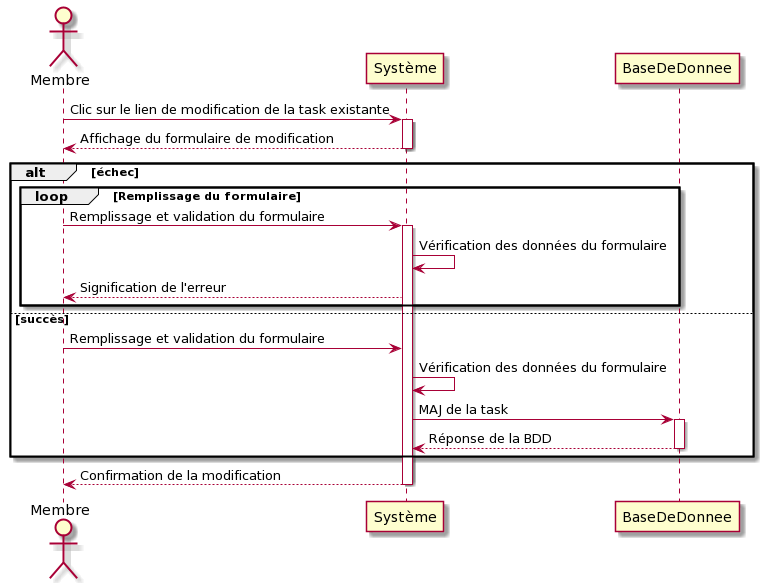
This is diagrammes/diagramme_sequence_modification_task.png from Maxime22/projet8-TodoList, a PlantUML export, as it was before one commit.
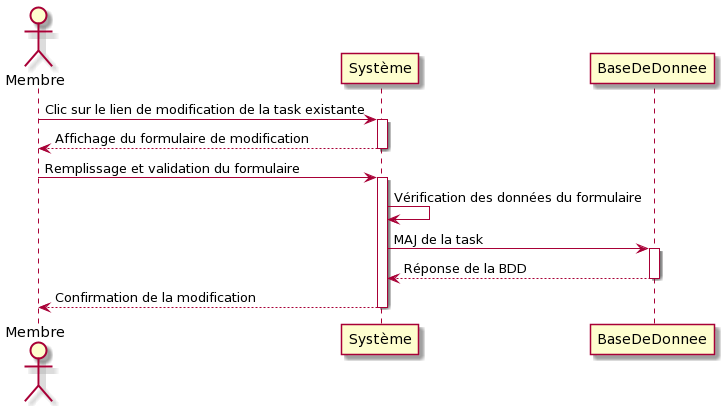
Later version of the same file.

What changed in the source:
```diff
@@ -4,21 +4,13 @@
 activate Système
 Membre <-- Système: Affichage du formulaire de modification
 deactivate Système
-alt échec
-loop Remplissage du formulaire
-    Membre -> Système: Remplissage et validation du formulaire
-    activate Système
-    Système -> Système: Vérification des données du formulaire
-    Système --> Membre: Signification de l'erreur
-end
-else succès
-    Membre -> Système: Remplissage et validation du formulaire
-    Système -> Système: Vérification des données du formulaire
-    Système -> BaseDeDonnee: MAJ de la task
-    activate BaseDeDonnee
-    BaseDeDonnee --> Système: Réponse de la BDD
-    deactivate BaseDeDonnee
-end
+Membre -> Système: Remplissage et validation du formulaire
+activate Système
+Système -> Système: Vérification des données du formulaire
+Système -> BaseDeDonnee: MAJ de la task
+activate BaseDeDonnee
+BaseDeDonnee --> Système: Réponse de la BDD
+deactivate BaseDeDonnee
 Membre <-- Système: Confirmation de la modification
 deactivate Système
 @enduml
```
